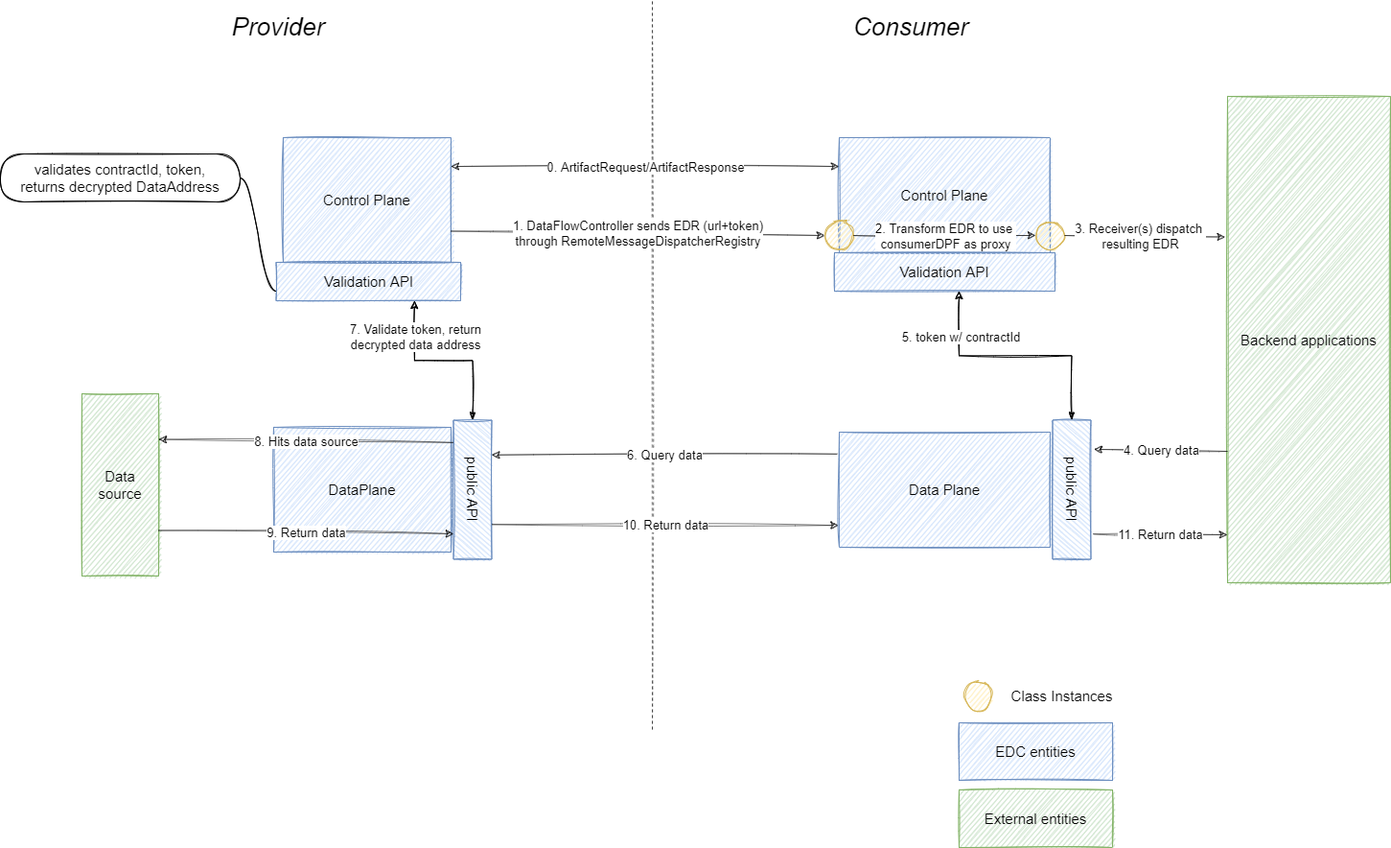
The draw.io diagram extensions/data-plane-transfer/data-plane-transfer-sync/data-plane-transfer-sync.png in eclipse-edc/Connector, before a commit. Source tidied: cells renumbered, new cells last; positions are measured from the earlier drawing's top-left corner, leaving out a move shared by most shapes.
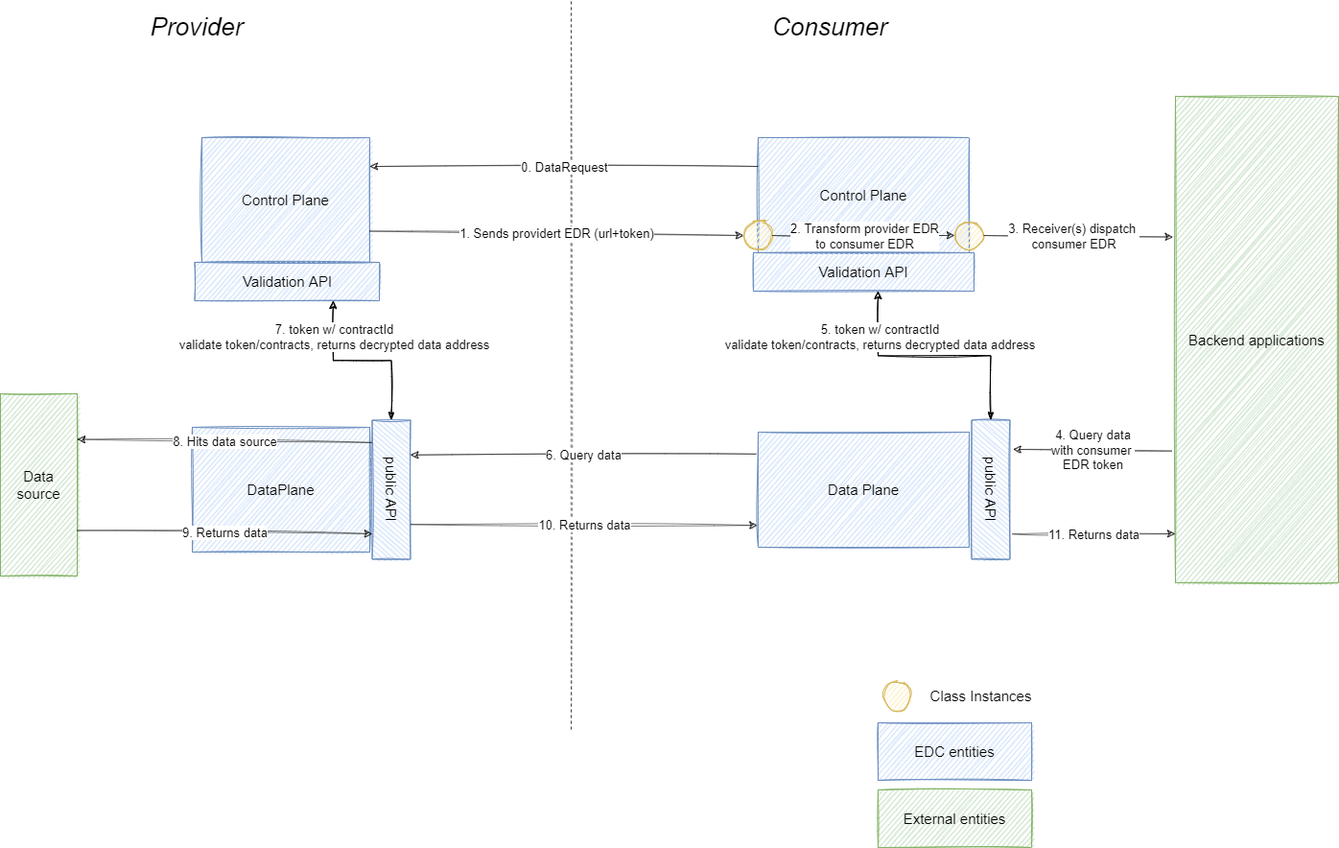
After the change.

The edit, as a diff of the source:
```diff
@@ -23,7 +23,7 @@
     <mxCell id="7" style="edgeStyle=orthogonalEdgeStyle;rounded=0;jettySize=auto;html=1;exitX=0;exitY=0.5;exitDx=0;exitDy=0;entryX=0.75;entryY=1;entryDx=0;entryDy=0;startArrow=classicThin;startFill=1;sketch=1;" parent="1" edge="1" source="9" target="4">
       <mxGeometry relative="1" as="geometry" />
     </mxCell>
-    <mxCell id="8" value="7. Validate token, return&lt;br&gt;decrypted data address" style="edgeLabel;html=1;align=center;verticalAlign=middle;sketch=1;rounded=0;fontSize=13;" parent="7" vertex="1">
+    <mxCell id="8" value="7. token w/ contractId&lt;br&gt;validate token/contracts, returns decrypted data address" style="edgeLabel;html=1;align=center;verticalAlign=middle;sketch=1;rounded=0;fontSize=13;" parent="7" vertex="1">
       <mxGeometry x="0.7" y="-1" relative="1" as="geometry">
         <mxPoint y="9" as="offset" />
       </mxGeometry>
@@ -49,12 +49,6 @@
     <mxCell id="15" value="External entities" style="rounded=0;whiteSpace=wrap;html=1;sketch=1;fontSize=15;fillColor=#d5e8d4;strokeColor=#82b366;" parent="1" vertex="1">
       <mxGeometry x="1000" y="823" width="160" height="60" as="geometry" />
     </mxCell>
-    <mxCell id="16" value="&lt;span style=&quot;font-size: 15px;&quot;&gt;validates contractId, token,&lt;/span&gt;&lt;br style=&quot;font-size: 15px;&quot;&gt;&lt;span style=&quot;font-size: 15px;&quot;&gt;returns decrypted DataAddress&lt;/span&gt;" style="whiteSpace=wrap;html=1;rounded=1;arcSize=50;align=center;verticalAlign=middle;strokeWidth=1;spacing=4;newEdgeStyle={&quot;edgeStyle&quot;:&quot;entityRelationEdgeStyle&quot;,&quot;startArrow&quot;:&quot;none&quot;,&quot;endArrow&quot;:&quot;none&quot;,&quot;segment&quot;:10,&quot;curved&quot;:1};shadow=0;glass=0;sketch=1;fontSize=15;" parent="1" vertex="1">
-      <mxGeometry y="160" width="250" height="50" as="geometry" />
-    </mxCell>
-    <mxCell id="17" style="edgeStyle=entityRelationEdgeStyle;startArrow=none;endArrow=none;segment=10;curved=1;sketch=1;fontSize=15;exitX=0;exitY=0.75;exitDx=0;exitDy=0;" parent="1" edge="1" source="4" target="16">
-      <mxGeometry relative="1" as="geometry" />
-    </mxCell>
     <mxCell id="18" style="endArrow=classic;html=1;shadow=0;sketch=1;fontSize=15;opacity=50;entryX=0.25;entryY=0;entryDx=0;entryDy=0;exitX=-0.01;exitY=0.19;exitDx=0;exitDy=0;exitPerimeter=0;" parent="1" edge="1" source="30" target="9">
       <mxGeometry relative="1" as="geometry" />
     </mxCell>
@@ -64,7 +58,7 @@
     <mxCell id="20" style="endArrow=classic;html=1;shadow=0;sketch=1;fontSize=15;opacity=50;exitX=0.75;exitY=0;exitDx=0;exitDy=0;entryX=-0.003;entryY=0.81;entryDx=0;entryDy=0;entryPerimeter=0;" parent="1" edge="1" source="9" target="30">
       <mxGeometry relative="1" as="geometry" />
     </mxCell>
-    <mxCell id="21" value="10. Return data" style="edgeLabel;html=1;align=center;verticalAlign=middle;shadow=1;glass=0;sketch=1;fontSize=13;" parent="20" vertex="1">
+    <mxCell id="21" value="10. Returns data" style="edgeLabel;html=1;align=center;verticalAlign=middle;shadow=1;glass=0;sketch=1;fontSize=13;" parent="20" vertex="1">
       <mxGeometry relative="1" as="geometry" />
     </mxCell>
     <mxCell id="22" style="endArrow=classic;html=1;shadow=0;sketch=1;fontSize=15;opacity=50;entryX=1;entryY=0.25;entryDx=0;entryDy=0;exitX=1.011;exitY=0.122;exitDx=0;exitDy=0;exitPerimeter=0;" parent="1" edge="1" source="3" target="12">
@@ -76,21 +70,21 @@
     <mxCell id="24" style="endArrow=classic;html=1;shadow=0;sketch=1;fontSize=15;opacity=50;exitX=1;exitY=0.75;exitDx=0;exitDy=0;entryX=0.817;entryY=0.993;entryDx=0;entryDy=0;entryPerimeter=0;" parent="1" edge="1" source="12" target="9">
       <mxGeometry relative="1" as="geometry" />
     </mxCell>
-    <mxCell id="25" value="9. Return data" style="edgeLabel;html=1;align=center;verticalAlign=middle;shadow=0;glass=0;sketch=1;fontSize=13;" parent="24" vertex="1">
+    <mxCell id="25" value="9. Returns data" style="edgeLabel;html=1;align=center;verticalAlign=middle;shadow=0;glass=0;sketch=1;fontSize=13;" parent="24" vertex="1">
       <mxGeometry relative="1" as="geometry" />
     </mxCell>
-    <mxCell id="26" style="endArrow=classic;html=1;shadow=0;sketch=1;fontSize=15;opacity=50;exitX=0;exitY=0.25;exitDx=0;exitDy=0;startArrow=classic;startFill=1;" parent="1" edge="1" source="13">
+    <mxCell id="26" style="endArrow=classic;html=1;shadow=0;sketch=1;fontSize=15;opacity=50;exitX=0;exitY=0.25;exitDx=0;exitDy=0;startArrow=none;startFill=0;endFill=1;" parent="1" edge="1" source="13">
       <mxGeometry relative="1" as="geometry">
         <mxPoint x="470" y="173" as="targetPoint" />
       </mxGeometry>
     </mxCell>
-    <mxCell id="27" value="0. ArtifactRequest/ArtifactResponse" style="edgeLabel;html=1;align=center;verticalAlign=middle;shadow=0;glass=0;sketch=1;fontSize=13;" parent="26" vertex="1">
+    <mxCell id="27" value="0. DataRequest" style="edgeLabel;html=1;align=center;verticalAlign=middle;shadow=0;glass=0;sketch=1;fontSize=13;" parent="26" vertex="1">
       <mxGeometry relative="1" as="geometry" />
     </mxCell>
     <mxCell id="28" style="endArrow=classic;html=1;shadow=0;sketch=1;fontSize=13;opacity=50;exitX=1;exitY=0.75;exitDx=0;exitDy=0;entryX=0;entryY=0.5;entryDx=0;entryDy=0;" parent="1" edge="1" source="2" target="31">
       <mxGeometry relative="1" as="geometry" />
     </mxCell>
-    <mxCell id="29" value="1. DataFlowController sends EDR (url+token)&lt;br&gt;through RemoteMessageDispatcherRegistry" style="edgeLabel;html=1;align=center;verticalAlign=middle;shadow=0;glass=0;sketch=1;fontSize=13;" parent="28" vertex="1">
+    <mxCell id="29" value="1. Sends&amp;nbsp;providert EDR (url+token)" style="edgeLabel;html=1;align=center;verticalAlign=middle;shadow=0;glass=0;sketch=1;fontSize=13;" parent="28" vertex="1">
       <mxGeometry relative="1" as="geometry" />
     </mxCell>
     <mxCell id="30" value="Data Plane" style="rounded=0;whiteSpace=wrap;html=1;sketch=1;fontSize=15;fillColor=#dae8fc;strokeColor=#6c8ebf;" parent="1" vertex="1">
@@ -103,18 +97,18 @@
       <mxGeometry x="1080" y="230" width="30" height="30" as="geometry" />
     </mxCell>
     <mxCell id="33" value="Backend applications" style="rounded=0;whiteSpace=wrap;html=1;sketch=1;fillColor=#d5e8d4;strokeColor=#82b366;fontSize=15;" parent="1" vertex="1">
-      <mxGeometry x="1280" y="100" width="170" height="507" as="geometry" />
+      <mxGeometry x="1310" y="100" width="170" height="507" as="geometry" />
     </mxCell>
     <mxCell id="34" style="endArrow=classic;html=1;shadow=0;sketch=1;fontSize=13;opacity=50;exitX=1;exitY=0.5;exitDx=0;exitDy=0;entryX=0;entryY=0.5;entryDx=0;entryDy=0;" parent="1" edge="1" source="31" target="32">
       <mxGeometry relative="1" as="geometry" />
     </mxCell>
-    <mxCell id="35" value="2. Transform EDR to use &lt;br&gt;consumerDPF as proxy" style="edgeLabel;html=1;align=center;verticalAlign=middle;shadow=0;glass=0;sketch=1;fontSize=13;" parent="34" vertex="1">
+    <mxCell id="35" value="2. Transform provider EDR&lt;br&gt;to consumer EDR" style="edgeLabel;html=1;align=center;verticalAlign=middle;shadow=0;glass=0;sketch=1;fontSize=13;" parent="34" vertex="1">
       <mxGeometry relative="1" as="geometry" />
     </mxCell>
     <mxCell id="36" style="endArrow=classic;html=1;shadow=0;sketch=1;fontSize=13;opacity=50;exitX=1;exitY=0.5;exitDx=0;exitDy=0;entryX=-0.014;entryY=0.289;entryDx=0;entryDy=0;entryPerimeter=0;" parent="1" edge="1" source="32" target="33">
       <mxGeometry relative="1" as="geometry" />
     </mxCell>
-    <mxCell id="37" value="3. Receiver(s) dispatch &lt;br&gt;resulting EDR" style="edgeLabel;html=1;align=center;verticalAlign=middle;shadow=0;glass=0;sketch=1;fontSize=13;" parent="36" vertex="1">
+    <mxCell id="37" value="3. Receiver(s) dispatch &lt;br&gt;consumer EDR" style="edgeLabel;html=1;align=center;verticalAlign=middle;shadow=0;glass=0;sketch=1;fontSize=13;" parent="36" vertex="1">
       <mxGeometry relative="1" as="geometry">
         <mxPoint x="-5" as="offset" />
       </mxGeometry>
@@ -125,12 +119,10 @@
     <mxCell id="39" value="Class Instances" style="text;html=1;strokeColor=none;fillColor=none;align=center;verticalAlign=middle;whiteSpace=wrap;rounded=0;sketch=1;fontSize=15;" parent="1" vertex="1">
       <mxGeometry x="1050" y="710" width="115" height="30" as="geometry" />
     </mxCell>
-    <mxCell id="40" style="endArrow=classic;html=1;shadow=0;sketch=1;fontSize=15;opacity=50;exitX=0;exitY=0.25;exitDx=0;exitDy=0;startArrow=none;startFill=0;endFill=1;entryX=0.21;entryY=-0.082;entryDx=0;entryDy=0;entryPerimeter=0;" parent="1" edge="1" target="43">
-      <mxGeometry relative="1" as="geometry">
-        <mxPoint x="1280" y="470" as="sourcePoint" />
-      </mxGeometry>
+    <mxCell id="40" style="endArrow=classic;html=1;shadow=0;sketch=1;fontSize=15;opacity=50;exitX=-0.021;exitY=0.729;exitDx=0;exitDy=0;startArrow=none;startFill=0;endFill=1;entryX=0.21;entryY=-0.082;entryDx=0;entryDy=0;entryPerimeter=0;exitPerimeter=0;" parent="1" edge="1" source="33" target="43">
+      <mxGeometry relative="1" as="geometry" />
     </mxCell>
-    <mxCell id="41" value="4. Query data" style="edgeLabel;html=1;align=center;verticalAlign=middle;shadow=0;glass=0;sketch=1;fontSize=13;" parent="40" vertex="1">
+    <mxCell id="41" value="4. Query data&lt;br&gt;with consumer &lt;br&gt;EDR token" style="edgeLabel;html=1;align=center;verticalAlign=middle;shadow=0;glass=0;sketch=1;fontSize=13;" parent="40" vertex="1">
       <mxGeometry relative="1" as="geometry" />
     </mxCell>
     <mxCell id="42" value="Validation API" style="rounded=0;whiteSpace=wrap;html=1;sketch=1;fillColor=#dae8fc;strokeColor=#6c8ebf;fontSize=15;" parent="1" vertex="1">
@@ -144,7 +136,7 @@
         <mxPoint x="1000" y="303" as="targetPoint" />
       </mxGeometry>
     </mxCell>
-    <mxCell id="45" value="5. token w/ contractId" style="edgeLabel;html=1;align=center;verticalAlign=middle;sketch=1;rounded=0;fontSize=13;" parent="44" vertex="1">
+    <mxCell id="45" value="5. token w/ contractId&lt;br&gt;validate token/contracts, returns decrypted data address" style="edgeLabel;html=1;align=center;verticalAlign=middle;sketch=1;rounded=0;fontSize=13;" parent="44" vertex="1">
       <mxGeometry x="0.7" y="-1" relative="1" as="geometry">
         <mxPoint y="9" as="offset" />
       </mxGeometry>
@@ -152,10 +144,10 @@
     <mxCell id="46" style="endArrow=classic;html=1;shadow=0;sketch=1;fontSize=15;opacity=50;exitX=0.75;exitY=0;exitDx=0;exitDy=0;" parent="1" edge="1">
       <mxGeometry relative="1" as="geometry">
         <mxPoint x="1140" y="556.2" as="sourcePoint" />
-        <mxPoint x="1280" y="557" as="targetPoint" />
+        <mxPoint x="1310" y="556" as="targetPoint" />
       </mxGeometry>
     </mxCell>
-    <mxCell id="47" value="11. Return data" style="edgeLabel;html=1;align=center;verticalAlign=middle;shadow=1;glass=0;sketch=1;fontSize=13;" parent="46" vertex="1">
+    <mxCell id="47" value="11. Returns data" style="edgeLabel;html=1;align=center;verticalAlign=middle;shadow=1;glass=0;sketch=1;fontSize=13;" parent="46" vertex="1">
       <mxGeometry relative="1" as="geometry" />
     </mxCell>
   </root>
```
